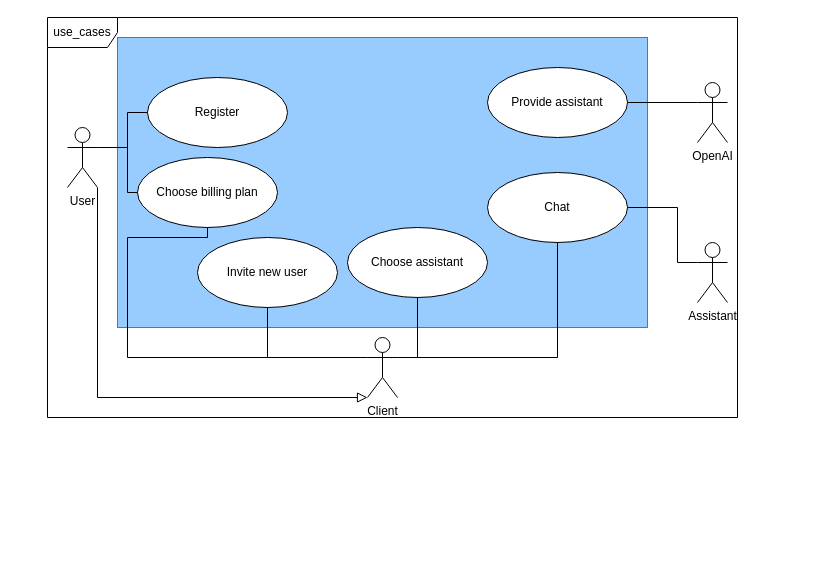
Before: docs/raw_figs/use_cases.drawio in lyphrowny/Porphiriy, a draw.io diagram. Source tidied: cells renumbered, new cells numbered last; positions are measured from the earlier drawing's top-left corner, leaving out a move shared by most shapes. Both pictures are drawn from the tidied source at 100%, with x=0, y=0 at pixel (47, 17).
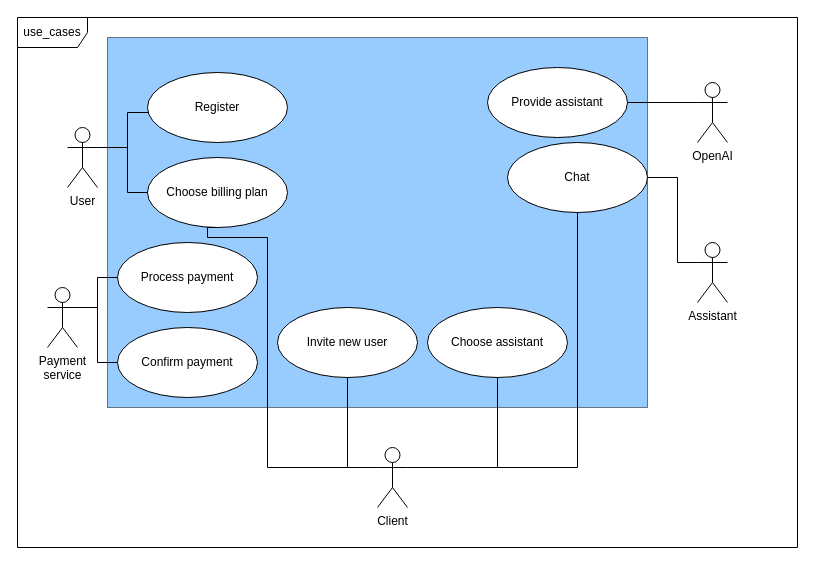
After the change.

Unchanged cells that the change refers to:
```xml
<mxCell id="11" value="User" style="shape=umlActor;verticalLabelPosition=bottom;verticalAlign=top;html=1;" parent="1" vertex="1">
  <mxGeometry x="20" y="110" width="30" height="60" as="geometry" />
</mxCell>
<mxCell id="20" value="Assistant" style="shape=umlActor;verticalLabelPosition=bottom;verticalAlign=top;html=1;" parent="1" vertex="1">
  <mxGeometry x="650" y="225" width="30" height="60" as="geometry" />
</mxCell>
```

What changed in the source:
```diff
@@
     <mxCell id="2" style="rounded=0;whiteSpace=wrap;html=1;gradientColor=none;fillColor=#3399FF;opacity=50;" parent="1" vertex="1">
-      <mxGeometry x="70" y="20" width="530" height="290" as="geometry" />
+      <mxGeometry x="60" y="20" width="540" height="370" as="geometry" />
     </mxCell>
@@
     <mxCell id="4" value="Choose assistant" style="ellipse;whiteSpace=wrap;html=1;" parent="1" vertex="1">
-      <mxGeometry x="300" y="210" width="140" height="70" as="geometry" />
+      <mxGeometry x="380" y="290" width="140" height="70" as="geometry" />
     </mxCell>
     <mxCell id="5" value="Chat" style="ellipse;whiteSpace=wrap;html=1;" parent="1" vertex="1">
-      <mxGeometry x="440" y="155" width="140" height="70" as="geometry" />
+      <mxGeometry x="460" y="125" width="140" height="70" as="geometry" />
     </mxCell>
     <mxCell id="6" value="Invite new user" style="ellipse;whiteSpace=wrap;html=1;" parent="1" vertex="1">
-      <mxGeometry x="150" y="220" width="140" height="70" as="geometry" />
+      <mxGeometry x="230" y="290" width="140" height="70" as="geometry" />
     </mxCell>
     <mxCell id="7" value="Register" style="ellipse;whiteSpace=wrap;html=1;" parent="1" vertex="1">
-      <mxGeometry x="100" y="60" width="140" height="70" as="geometry" />
+      <mxGeometry x="100" y="55" width="140" height="70" as="geometry" />
     </mxCell>
     <mxCell id="8" value="Choose billing plan" style="ellipse;whiteSpace=wrap;html=1;" parent="1" vertex="1">
-      <mxGeometry x="90" y="140" width="140" height="70" as="geometry" />
+      <mxGeometry x="100" y="140" width="140" height="70" as="geometry" />
     </mxCell>
@@
     <mxCell id="14" style="edgeStyle=orthogonalEdgeStyle;rounded=0;jettySize=auto;html=1;exitX=0;exitY=0.3333333333333333;exitDx=0;exitDy=0;exitPerimeter=0;entryX=0.5;entryY=1;entryDx=0;entryDy=0;endArrow=none;endFill=0;" parent="1" edge="1" source="18" target="8">
       <mxGeometry relative="1" as="geometry">
         <Array as="points">
-          <mxPoint x="80" y="340" />
-          <mxPoint x="80" y="220" />
+          <mxPoint x="220" y="450" />
+          <mxPoint x="220" y="220" />
           <mxPoint x="160" y="220" />
+          <mxPoint x="160" y="210" />
         </Array>
       </mxGeometry>
     </mxCell>
@@
     <mxCell id="18" value="Client" style="shape=umlActor;verticalLabelPosition=bottom;verticalAlign=top;html=1;" parent="1" vertex="1">
-      <mxGeometry x="320" y="320" width="30" height="60" as="geometry" />
+      <mxGeometry x="330" y="430" width="30" height="60" as="geometry" />
     </mxCell>
     <mxCell id="19" style="edgeStyle=orthogonalEdgeStyle;rounded=0;jettySize=auto;html=1;exitX=0;exitY=0.3333333333333333;exitDx=0;exitDy=0;exitPerimeter=0;entryX=1;entryY=0.5;entryDx=0;entryDy=0;endArrow=none;endFill=0;" parent="1" edge="1" source="20" target="5">
       <mxGeometry relative="1" as="geometry">
         <Array as="points">
           <mxPoint x="630" y="245" />
-          <mxPoint x="630" y="190" />
+          <mxPoint x="630" y="160" />
         </Array>
       </mxGeometry>
     </mxCell>
@@
-    <mxCell id="21" style="endArrow=block;startArrow=none;endFill=0;startFill=0;endSize=8;html=1;verticalAlign=bottom;labelBackgroundColor=none;rounded=0;exitX=1;exitY=1;exitDx=0;exitDy=0;exitPerimeter=0;edgeStyle=orthogonalEdgeStyle;entryX=0;entryY=1;entryDx=0;entryDy=0;entryPerimeter=0;" parent="1" edge="1" source="11" target="18">
-      <mxGeometry relative="1" as="geometry">
-        <Array as="points">
-          <mxPoint x="50" y="380" />
-        </Array>
-      </mxGeometry>
-    </mxCell>
     <mxCell id="22" value="use_cases" style="shape=umlFrame;whiteSpace=wrap;html=1;width=70;height=30;" parent="1" vertex="1">
-      <mxGeometry width="690" height="400" as="geometry" />
+      <mxGeometry x="-30" width="780" height="530" as="geometry" />
     </mxCell>
+    <mxCell id="23" value="Process payment" style="ellipse;whiteSpace=wrap;html=1;" parent="1" vertex="1">
+      <mxGeometry x="70" y="225" width="140" height="70" as="geometry" />
+    </mxCell>
+    <mxCell id="24" style="edgeStyle=orthogonalEdgeStyle;rounded=0;jettySize=auto;html=1;exitX=1;exitY=0.3333333333333333;exitDx=0;exitDy=0;exitPerimeter=0;entryX=0;entryY=0.5;entryDx=0;entryDy=0;endArrow=none;endFill=0;" parent="1" edge="1" source="26" target="23">
+      <mxGeometry relative="1" as="geometry" />
+    </mxCell>
+    <mxCell id="25" style="edgeStyle=orthogonalEdgeStyle;rounded=0;jettySize=auto;html=1;exitX=1;exitY=0.3333333333333333;exitDx=0;exitDy=0;exitPerimeter=0;entryX=0;entryY=0.5;entryDx=0;entryDy=0;endArrow=none;endFill=0;" parent="1" edge="1" source="26" target="27">
+      <mxGeometry relative="1" as="geometry" />
+    </mxCell>
+    <mxCell id="26" value="&lt;div&gt;Payment&lt;/div&gt;&lt;div&gt;service&lt;br&gt;&lt;/div&gt;" style="shape=umlActor;verticalLabelPosition=bottom;verticalAlign=top;html=1;" parent="1" vertex="1">
+      <mxGeometry y="270" width="30" height="60" as="geometry" />
+    </mxCell>
+    <mxCell id="27" value="Confirm payment" style="ellipse;whiteSpace=wrap;html=1;" parent="1" vertex="1">
+      <mxGeometry x="70" y="310" width="140" height="70" as="geometry" />
+    </mxCell>
```
